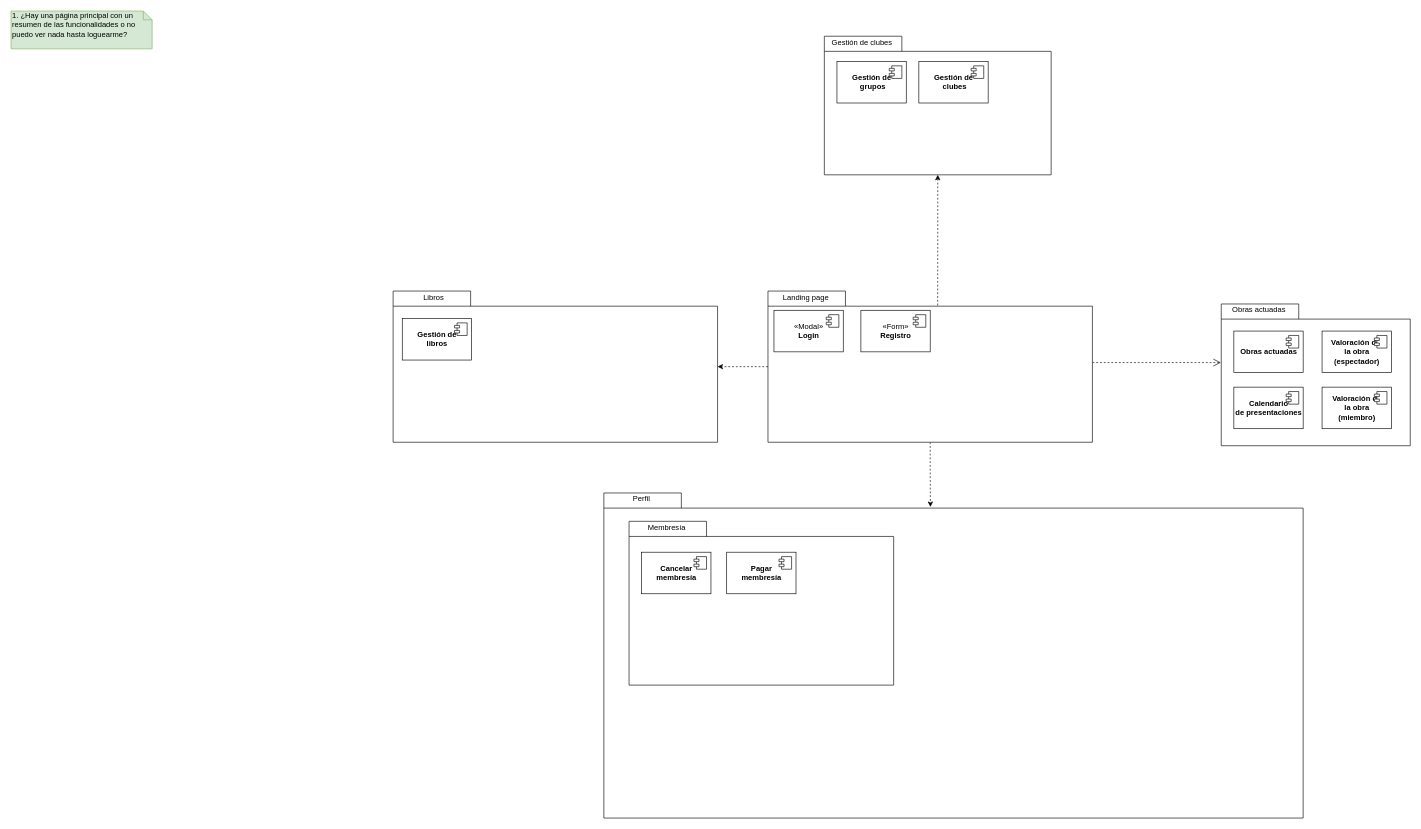
The draw.io diagram DB I/RC Components.drawio in NeutronBlast/IS-Ex, before the edit. Source tidied: cells renumbered, new cells numbered last; positions are measured from the earlier drawing's top-left corner, leaving out a move shared by most shapes. Both pictures are drawn from the tidied source at 63%, with x=0, y=0 at pixel (11, 11).
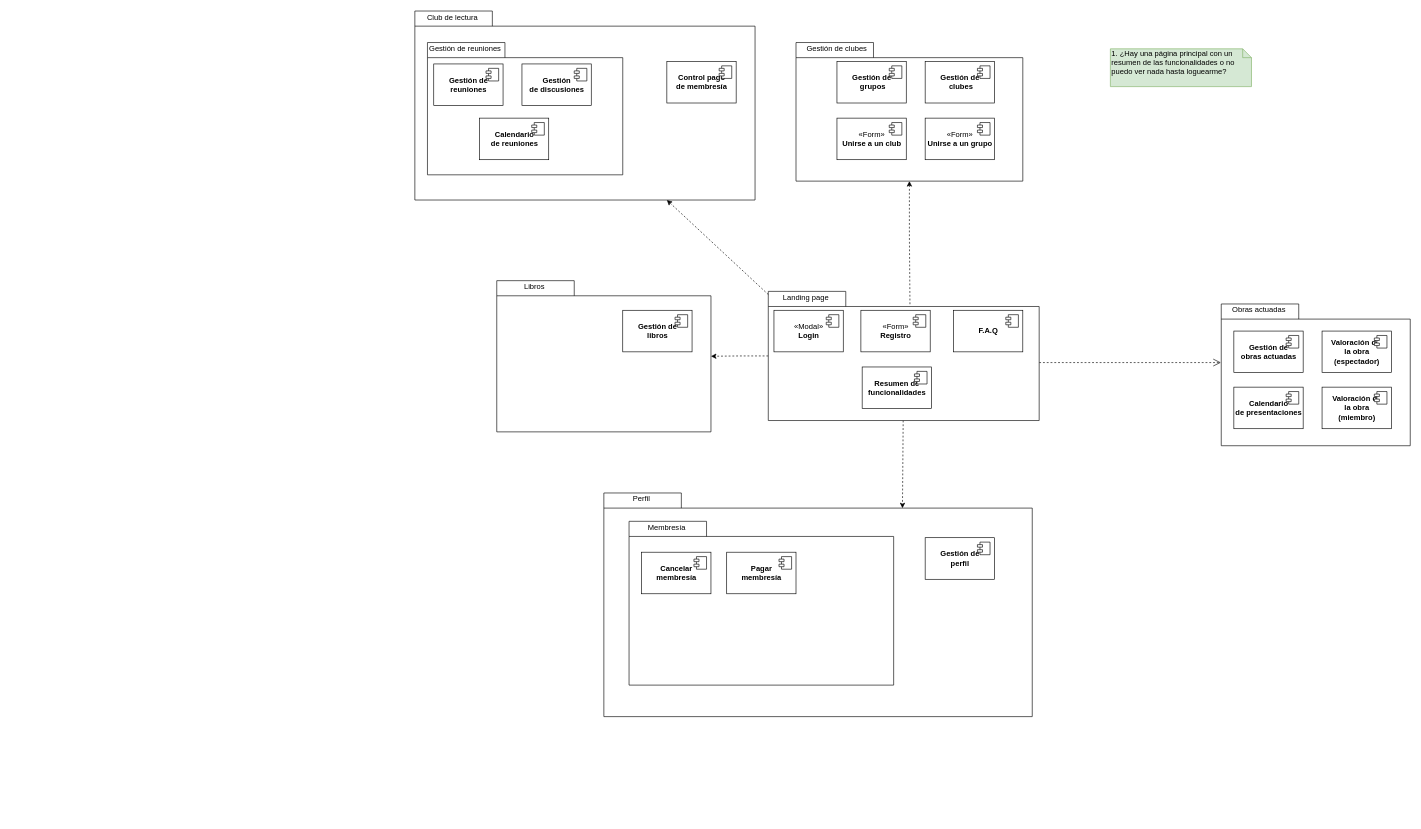
The same page after the edit.

The change refers to these unchanged cells:
```xml
<mxCell id="11" value="Landing page" style="text;html=1;strokeColor=none;fillColor=none;align=center;verticalAlign=middle;whiteSpace=wrap;rounded=0;" parent="1" vertex="1">
  <mxGeometry x="1202" y="445" width="120" height="20" as="geometry" />
</mxCell>
```

Diff of the diagram source:
```diff
@@
+    <mxCell id="4" style="edgeStyle=orthogonalEdgeStyle;rounded=0;jettySize=auto;html=1;dashed=1;startArrow=none;startFill=0;endArrow=classic;endFill=1;" parent="1" edge="1" source="5" target="6">
+      <mxGeometry relative="1" as="geometry" />
+    </mxCell>
-    <mxCell id="3" style="edgeStyle=orthogonalEdgeStyle;rounded=0;jettySize=auto;html=1;dashed=1;startArrow=none;startFill=0;endArrow=classic;endFill=1;entryX=0.467;entryY=0.043;entryDx=0;entryDy=0;entryPerimeter=0;" parent="1" edge="1" source="5" target="7">
+    <mxCell id="3" style="edgeStyle=none;rounded=0;jettySize=auto;html=1;dashed=1;startArrow=none;startFill=0;endArrow=classic;endFill=1;entryX=0.697;entryY=0.068;entryDx=0;entryDy=0;entryPerimeter=0;" parent="1" edge="1" source="5" target="7">
       <mxGeometry relative="1" as="geometry" />
     </mxCell>
-    <mxCell id="4" style="edgeStyle=orthogonalEdgeStyle;rounded=0;jettySize=auto;html=1;dashed=1;startArrow=none;startFill=0;endArrow=classic;endFill=1;" parent="1" edge="1" source="5" target="6">
-      <mxGeometry relative="1" as="geometry" />
-    </mxCell>
     <mxCell id="5" style="shape=folder;fontStyle=1;spacingTop=10;tabWidth=123;tabHeight=24;tabPosition=left;html=1;rounded=0;shadow=0;comic=0;labelBackgroundColor=none;strokeColor=#000000;strokeWidth=1;fillColor=#ffffff;fontFamily=Verdana;fontSize=10;fontColor=#000000;align=center;" parent="1" vertex="1">
-      <mxGeometry x="1201.5" y="444.5" width="515" height="240" as="geometry" />
+      <mxGeometry x="1202" y="445" width="430" height="205" as="geometry" />
     </mxCell>
     <mxCell id="6" style="shape=folder;fontStyle=1;spacingTop=10;tabWidth=123;tabHeight=24;tabPosition=left;html=1;rounded=0;shadow=0;comic=0;labelBackgroundColor=none;strokeColor=#000000;strokeWidth=1;fillColor=#ffffff;fontFamily=Verdana;fontSize=10;fontColor=#000000;align=center;" parent="1" vertex="1">
-      <mxGeometry x="606.5" y="444.5" width="515" height="240" as="geometry" />
+      <mxGeometry x="771" y="428" width="340" height="240" as="geometry" />
     </mxCell>
     <mxCell id="7" style="shape=folder;fontStyle=1;spacingTop=10;tabWidth=123;tabHeight=24;tabPosition=left;html=1;rounded=0;shadow=0;comic=0;labelBackgroundColor=none;strokeColor=#000000;strokeWidth=1;fillColor=#ffffff;fontFamily=Verdana;fontSize=10;fontColor=#000000;align=center;" parent="1" vertex="1">
-      <mxGeometry x="941" y="765" width="1110" height="516" as="geometry" />
+      <mxGeometry x="941" y="765" width="680" height="355" as="geometry" />
     </mxCell>
@@
     <mxCell id="10" value="1. ¿Hay una página principal con un resumen de las funcionalidades o no puedo ver nada hasta loguearme?" style="shape=note;whiteSpace=wrap;html=1;size=14;verticalAlign=top;align=left;spacingTop=-6;fillColor=#d5e8d4;strokeColor=#82b366;" parent="1" vertex="1">
-      <mxGeometry width="224" height="60" as="geometry" />
+      <mxGeometry x="1745" y="60" width="224" height="60" as="geometry" />
     </mxCell>
+    <mxCell id="41" style="edgeStyle=none;rounded=0;jettySize=auto;html=1;exitX=0;exitY=0.25;exitDx=0;exitDy=0;dashed=1;startArrow=none;startFill=0;endArrow=classic;endFill=1;" parent="1" edge="1" source="11">
+      <mxGeometry relative="1" as="geometry">
+        <mxPoint x="1041" y="300" as="targetPoint" />
+      </mxGeometry>
+    </mxCell>
@@
     <mxCell id="13" style="shape=folder;fontStyle=1;spacingTop=10;tabWidth=123;tabHeight=24;tabPosition=left;html=1;rounded=0;shadow=0;comic=0;labelBackgroundColor=none;strokeColor=#000000;strokeWidth=1;fillColor=#ffffff;fontFamily=Verdana;fontSize=10;fontColor=#000000;align=center;" parent="1" vertex="1">
-      <mxGeometry x="1291" y="40" width="360" height="220" as="geometry" />
+      <mxGeometry x="1246" y="50" width="360" height="220" as="geometry" />
     </mxCell>
@@
     <mxCell id="16" value="Gestión de clubes" style="text;html=1;strokeColor=none;fillColor=none;align=center;verticalAlign=middle;whiteSpace=wrap;rounded=0;" parent="1" vertex="1">
-      <mxGeometry x="1291" y="40" width="120" height="20" as="geometry" />
+      <mxGeometry x="1251" y="50" width="120" height="20" as="geometry" />
     </mxCell>
     <mxCell id="17" value="&lt;b&gt;Gestión de&lt;br&gt;&amp;nbsp;clubes&lt;/b&gt;" style="html=1;" parent="1" vertex="1">
-      <mxGeometry x="1441" y="80" width="110" height="66" as="geometry" />
+      <mxGeometry x="1451" y="80" width="110" height="66" as="geometry" />
     </mxCell>
@@
-    <mxCell id="20" value="&lt;b&gt;Obras actuadas&lt;/b&gt;" style="html=1;" parent="1" vertex="1">
+    <mxCell id="20" value="&lt;b&gt;Gestión de &lt;br&gt;obras actuadas&lt;/b&gt;" style="html=1;" parent="1" vertex="1">
       <mxGeometry x="1941" y="508" width="110" height="66" as="geometry" />
     </mxCell>
@@
     <mxCell id="36" value="Libros" style="text;html=1;strokeColor=none;fillColor=none;align=center;verticalAlign=middle;whiteSpace=wrap;rounded=0;" parent="1" vertex="1">
-      <mxGeometry x="611" y="445" width="120" height="20" as="geometry" />
+      <mxGeometry x="771" y="428" width="120" height="20" as="geometry" />
     </mxCell>
     <mxCell id="37" value="&lt;b&gt;Gestión de &lt;br&gt;libros&lt;/b&gt;" style="html=1;" parent="1" vertex="1">
-      <mxGeometry x="621" y="488" width="110" height="66" as="geometry" />
+      <mxGeometry x="971" y="475" width="110" height="66" as="geometry" />
     </mxCell>
@@
+    <mxCell id="42" value="«Form»&lt;b&gt;&lt;br&gt;Unirse a un club&lt;/b&gt;" style="html=1;" parent="1" vertex="1">
+      <mxGeometry x="1311" y="170" width="110" height="66" as="geometry" />
+    </mxCell>
+    <mxCell id="43" style="shape=component;jettyWidth=8;jettyHeight=4;" parent="42" vertex="1">
+      <mxGeometry x="1" width="20" height="20" relative="1" as="geometry">
+        <mxPoint x="-27" y="7" as="offset" />
+      </mxGeometry>
+    </mxCell>
+    <mxCell id="44" value="«Form»&lt;b&gt;&lt;br&gt;Unirse a un grupo&lt;/b&gt;" style="html=1;" parent="1" vertex="1">
+      <mxGeometry x="1451" y="170" width="110" height="66" as="geometry" />
+    </mxCell>
+    <mxCell id="45" style="shape=component;jettyWidth=8;jettyHeight=4;" parent="44" vertex="1">
+      <mxGeometry x="1" width="20" height="20" relative="1" as="geometry">
+        <mxPoint x="-27" y="7" as="offset" />
+      </mxGeometry>
+    </mxCell>
+    <mxCell id="46" value="&lt;b&gt;F.A.Q&lt;/b&gt;" style="html=1;" parent="1" vertex="1">
+      <mxGeometry x="1496" y="475" width="110" height="66" as="geometry" />
+    </mxCell>
+    <mxCell id="47" style="shape=component;jettyWidth=8;jettyHeight=4;" parent="46" vertex="1">
+      <mxGeometry x="1" width="20" height="20" relative="1" as="geometry">
+        <mxPoint x="-27" y="7" as="offset" />
+      </mxGeometry>
+    </mxCell>
+    <mxCell id="48" value="&lt;b&gt;Resumen de&lt;br&gt;funcionalidades&lt;br&gt;&lt;/b&gt;" style="html=1;" parent="1" vertex="1">
+      <mxGeometry x="1351" y="565" width="110" height="66" as="geometry" />
+    </mxCell>
+    <mxCell id="49" style="shape=component;jettyWidth=8;jettyHeight=4;" parent="48" vertex="1">
+      <mxGeometry x="1" width="20" height="20" relative="1" as="geometry">
+        <mxPoint x="-27" y="7" as="offset" />
+      </mxGeometry>
+    </mxCell>
+    <mxCell id="50" value="&lt;b&gt;Gestión de &lt;br&gt;perfil&lt;/b&gt;" style="html=1;" parent="1" vertex="1">
+      <mxGeometry x="1451" y="836" width="110" height="66" as="geometry" />
+    </mxCell>
+    <mxCell id="51" style="shape=component;jettyWidth=8;jettyHeight=4;" parent="50" vertex="1">
+      <mxGeometry x="1" width="20" height="20" relative="1" as="geometry">
+        <mxPoint x="-27" y="7" as="offset" />
+      </mxGeometry>
+    </mxCell>
+    <mxCell id="52" style="shape=folder;fontStyle=1;spacingTop=10;tabWidth=123;tabHeight=24;tabPosition=left;html=1;rounded=0;shadow=0;comic=0;labelBackgroundColor=none;strokeColor=#000000;strokeWidth=1;fillColor=#ffffff;fontFamily=Verdana;fontSize=10;fontColor=#000000;align=center;" parent="1" vertex="1">
+      <mxGeometry x="641" width="540" height="300" as="geometry" />
+    </mxCell>
+    <mxCell id="53" value="Club de lectura" style="text;html=1;strokeColor=none;fillColor=none;align=center;verticalAlign=middle;whiteSpace=wrap;rounded=0;" parent="1" vertex="1">
+      <mxGeometry x="641" width="120" height="20" as="geometry" />
+    </mxCell>
+    <mxCell id="54" style="shape=folder;fontStyle=1;spacingTop=10;tabWidth=123;tabHeight=24;tabPosition=left;html=1;rounded=0;shadow=0;comic=0;labelBackgroundColor=none;strokeColor=#000000;strokeWidth=1;fillColor=#ffffff;fontFamily=Verdana;fontSize=10;fontColor=#000000;align=center;" parent="1" vertex="1">
+      <mxGeometry x="661" y="50" width="310" height="210" as="geometry" />
+    </mxCell>
+    <mxCell id="55" value="Gestión de reuniones" style="text;html=1;strokeColor=none;fillColor=none;align=center;verticalAlign=middle;whiteSpace=wrap;rounded=0;" parent="1" vertex="1">
+      <mxGeometry x="661" y="50" width="120" height="20" as="geometry" />
+    </mxCell>
+    <mxCell id="56" value="&lt;b&gt;Gestión de &lt;br&gt;reuniones&lt;/b&gt;" style="html=1;" parent="1" vertex="1">
+      <mxGeometry x="671" y="84" width="110" height="66" as="geometry" />
+    </mxCell>
+    <mxCell id="57" style="shape=component;jettyWidth=8;jettyHeight=4;" parent="56" vertex="1">
+      <mxGeometry x="1" width="20" height="20" relative="1" as="geometry">
+        <mxPoint x="-27" y="7" as="offset" />
+      </mxGeometry>
+    </mxCell>
+    <mxCell id="58" value="&lt;b&gt;Gestión &lt;br&gt;de discusiones&lt;/b&gt;" style="html=1;" parent="1" vertex="1">
+      <mxGeometry x="811" y="84" width="110" height="66" as="geometry" />
+    </mxCell>
+    <mxCell id="59" style="shape=component;jettyWidth=8;jettyHeight=4;" parent="58" vertex="1">
+      <mxGeometry x="1" width="20" height="20" relative="1" as="geometry">
+        <mxPoint x="-27" y="7" as="offset" />
+      </mxGeometry>
+    </mxCell>
+    <mxCell id="60" value="&lt;b&gt;Control pago &lt;br&gt;de membresía&lt;/b&gt;" style="html=1;" parent="1" vertex="1">
+      <mxGeometry x="1041" y="80" width="110" height="66" as="geometry" />
+    </mxCell>
+    <mxCell id="61" style="shape=component;jettyWidth=8;jettyHeight=4;" parent="60" vertex="1">
+      <mxGeometry x="1" width="20" height="20" relative="1" as="geometry">
+        <mxPoint x="-27" y="7" as="offset" />
+      </mxGeometry>
+    </mxCell>
+    <mxCell id="62" value="&lt;b&gt;Calendario &lt;br&gt;de reuniones&lt;/b&gt;" style="html=1;" parent="1" vertex="1">
+      <mxGeometry x="743.5" y="170" width="110" height="66" as="geometry" />
+    </mxCell>
+    <mxCell id="63" style="shape=component;jettyWidth=8;jettyHeight=4;" parent="62" vertex="1">
+      <mxGeometry x="1" width="20" height="20" relative="1" as="geometry">
+        <mxPoint x="-27" y="7" as="offset" />
+      </mxGeometry>
+    </mxCell>
```
